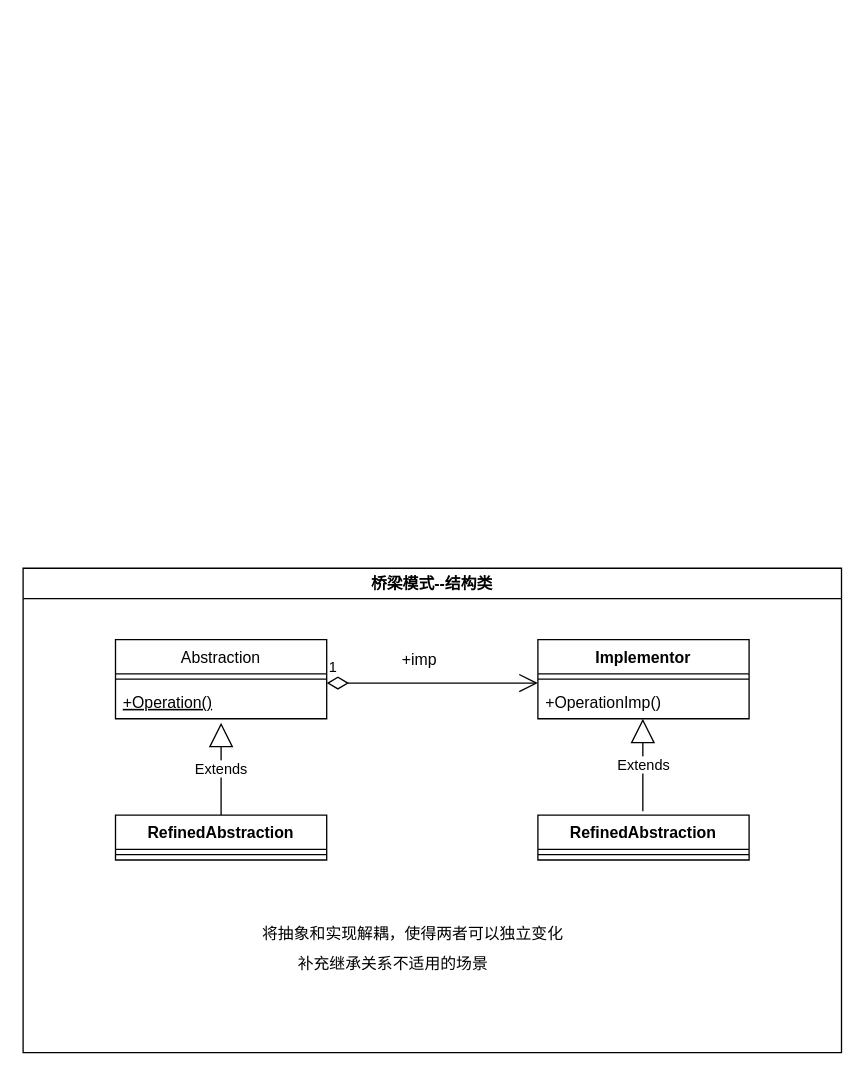
The draw.io diagram 未命名绘图.drawio in mr13478647226/design-patterns, before the edit. Source tidied: cells renumbered, new cells numbered last; positions are measured from the earlier drawing's top-left corner, leaving out a move shared by most shapes. Both pictures are drawn from the tidied source at 132%, with x=0, y=0 at pixel (22, 568).
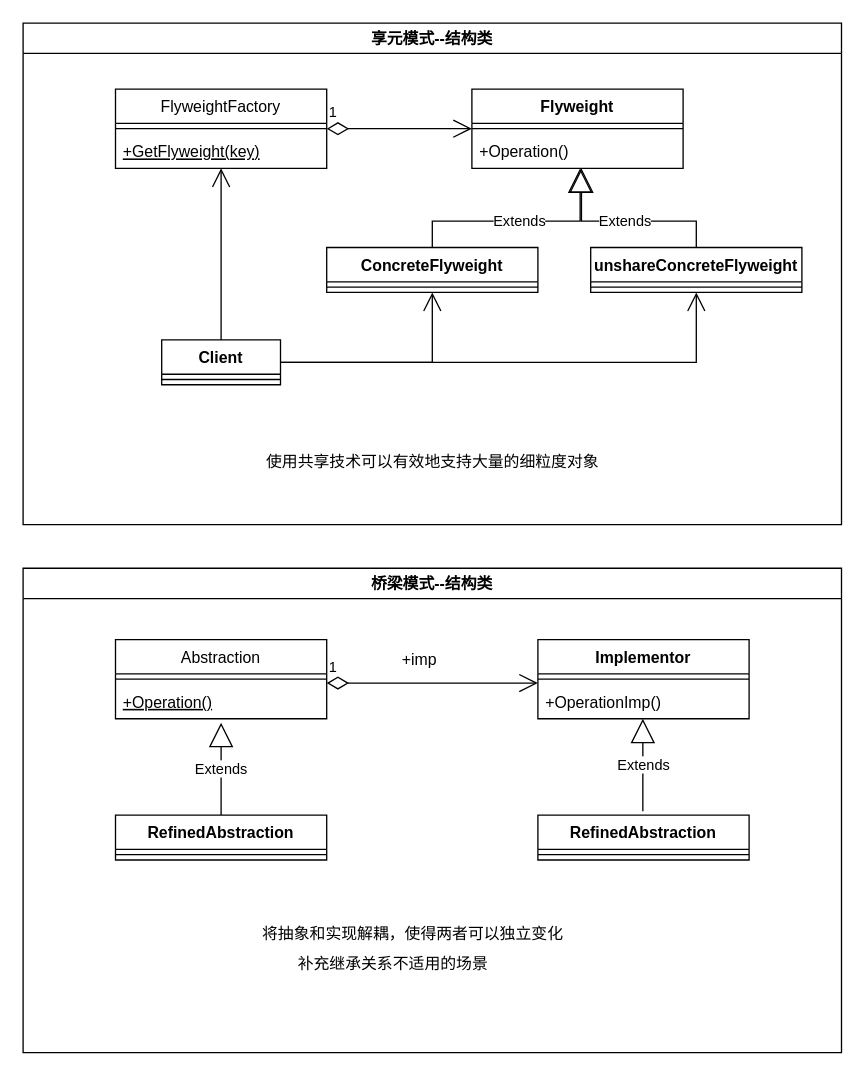
Above is the later version.

What changed in the source:
```diff
@@
+    <mxCell id="19" value="享元模式--结构类" style="swimlane;whiteSpace=wrap;html=1;" parent="1" vertex="1">
+      <mxGeometry y="-413" width="620" height="380" as="geometry" />
+    </mxCell>
+    <mxCell id="20" value="FlyweightFactory" style="swimlane;fontStyle=0;align=center;verticalAlign=top;horizontal=1;startSize=26;rounded=0;shadow=0;strokeWidth=1;" parent="19" vertex="1">
+      <mxGeometry x="70" y="50" width="160" height="60" as="geometry" />
+    </mxCell>
+    <mxCell id="21" style="line;html=1;strokeWidth=1;align=left;verticalAlign=middle;spacingTop=-1;spacingLeft=3;spacingRight=3;labelPosition=right;" parent="20" vertex="1">
+      <mxGeometry y="26" width="160" height="8" as="geometry" />
+    </mxCell>
+    <mxCell id="22" value="+GetFlyweight(key)" style="text;align=left;verticalAlign=top;spacingLeft=4;spacingRight=4;overflow=hidden;fontStyle=4;" parent="20" vertex="1">
+      <mxGeometry y="34" width="160" height="26" as="geometry" />
+    </mxCell>
+    <mxCell id="23" value="Flyweight" style="swimlane;fontStyle=1;align=center;verticalAlign=top;horizontal=1;startSize=26;whiteSpace=wrap;html=1;" parent="19" vertex="1">
+      <mxGeometry x="340" y="50" width="160" height="60" as="geometry" />
+    </mxCell>
+    <mxCell id="24" style="line;strokeWidth=1;fillColor=none;align=left;verticalAlign=middle;spacingTop=-1;spacingLeft=3;spacingRight=3;labelPosition=right;strokeColor=inherit;" parent="23" vertex="1">
+      <mxGeometry y="26" width="160" height="8" as="geometry" />
+    </mxCell>
+    <mxCell id="25" value="+Operation()" style="text;strokeColor=none;fillColor=none;align=left;verticalAlign=top;spacingLeft=4;spacingRight=4;overflow=hidden;whiteSpace=wrap;html=1;" parent="23" vertex="1">
+      <mxGeometry y="34" width="160" height="26" as="geometry" />
+    </mxCell>
+    <mxCell id="26" value="ConcreteFlyweight" style="swimlane;fontStyle=1;align=center;verticalAlign=top;horizontal=1;startSize=26;whiteSpace=wrap;html=1;" parent="19" vertex="1">
+      <mxGeometry x="230" y="170" width="160" height="34" as="geometry" />
+    </mxCell>
+    <mxCell id="27" style="line;strokeWidth=1;fillColor=none;align=left;verticalAlign=middle;spacingTop=-1;spacingLeft=3;spacingRight=3;labelPosition=right;strokeColor=inherit;" parent="26" vertex="1">
+      <mxGeometry y="26" width="160" height="8" as="geometry" />
+    </mxCell>
+    <mxCell id="28" value="unshareConcreteFlyweight" style="swimlane;fontStyle=1;align=center;verticalAlign=top;horizontal=1;startSize=26;whiteSpace=wrap;html=1;" parent="19" vertex="1">
+      <mxGeometry x="430" y="170" width="160" height="34" as="geometry" />
+    </mxCell>
+    <mxCell id="29" style="line;strokeWidth=1;fillColor=none;align=left;verticalAlign=middle;spacingTop=-1;spacingLeft=3;spacingRight=3;labelPosition=right;strokeColor=inherit;" parent="28" vertex="1">
+      <mxGeometry y="26" width="160" height="8" as="geometry" />
+    </mxCell>
+    <mxCell id="30" value="1" style="endArrow=open;html=1;endSize=12;startArrow=diamondThin;startSize=14;startFill=0;edgeStyle=orthogonalEdgeStyle;align=left;verticalAlign=bottom;rounded=0;entryX=0;entryY=0.5;entryDx=0;entryDy=0;exitX=1;exitY=0.5;exitDx=0;exitDy=0;" parent="19" edge="1" source="20" target="23">
+      <mxGeometry x="-1" y="3" relative="1" as="geometry" />
+    </mxCell>
+    <mxCell id="31" value="Extends" style="endArrow=block;endSize=16;endFill=0;html=1;rounded=0;exitX=0.5;exitY=0;exitDx=0;exitDy=0;" parent="19" edge="1" source="26">
+      <mxGeometry relative="1" as="geometry">
+        <mxPoint x="422" y="110" as="targetPoint" />
+        <Array as="points">
+          <mxPoint x="310" y="150" />
+          <mxPoint x="422" y="150" />
+        </Array>
+      </mxGeometry>
+    </mxCell>
+    <mxCell id="32" value="Extends" style="endArrow=block;endSize=16;endFill=0;html=1;rounded=0;exitX=0.5;exitY=0;exitDx=0;exitDy=0;" parent="19" edge="1" source="28">
+      <mxGeometry relative="1" as="geometry">
+        <mxPoint x="423" y="110" as="targetPoint" />
+        <Array as="points">
+          <mxPoint x="510" y="150" />
+          <mxPoint x="423" y="150" />
+        </Array>
+      </mxGeometry>
+    </mxCell>
+    <mxCell id="33" value="Client" style="swimlane;fontStyle=1;align=center;verticalAlign=top;horizontal=1;startSize=26;whiteSpace=wrap;html=1;" parent="19" vertex="1">
+      <mxGeometry x="105" y="240" width="90" height="34" as="geometry" />
+    </mxCell>
+    <mxCell id="34" style="line;strokeWidth=1;fillColor=none;align=left;verticalAlign=middle;spacingTop=-1;spacingLeft=3;spacingRight=3;labelPosition=right;strokeColor=inherit;" parent="33" vertex="1">
+      <mxGeometry y="26" width="90" height="8" as="geometry" />
+    </mxCell>
+    <mxCell id="35" style="endArrow=open;endFill=1;endSize=12;html=1;rounded=0;exitX=1;exitY=0.5;exitDx=0;exitDy=0;entryX=0.5;entryY=1;entryDx=0;entryDy=0;" parent="19" edge="1" source="33" target="26">
+      <mxGeometry relative="1" as="geometry">
+        <Array as="points">
+          <mxPoint x="310" y="257" />
+        </Array>
+      </mxGeometry>
+    </mxCell>
+    <mxCell id="36" style="endArrow=open;endFill=1;endSize=12;html=1;rounded=0;exitX=1;exitY=0.5;exitDx=0;exitDy=0;entryX=0.5;entryY=1;entryDx=0;entryDy=0;" parent="19" edge="1" source="33" target="28">
+      <mxGeometry relative="1" as="geometry">
+        <Array as="points">
+          <mxPoint x="510" y="257" />
+        </Array>
+      </mxGeometry>
+    </mxCell>
+    <mxCell id="37" style="endArrow=open;endFill=1;endSize=12;html=1;rounded=0;exitX=0.5;exitY=0;exitDx=0;exitDy=0;" parent="19" edge="1" source="33">
+      <mxGeometry relative="1" as="geometry">
+        <mxPoint x="150" y="110" as="targetPoint" />
+      </mxGeometry>
+    </mxCell>
+    <mxCell id="38" value="使用共享技术可以有效地支持大量的细粒度对象" style="text;html=1;align=center;verticalAlign=middle;strokeColor=none;fillColor=none;" parent="1" vertex="1">
+      <mxGeometry x="170" y="-95" width="280" height="30" as="geometry" />
+    </mxCell>
```
